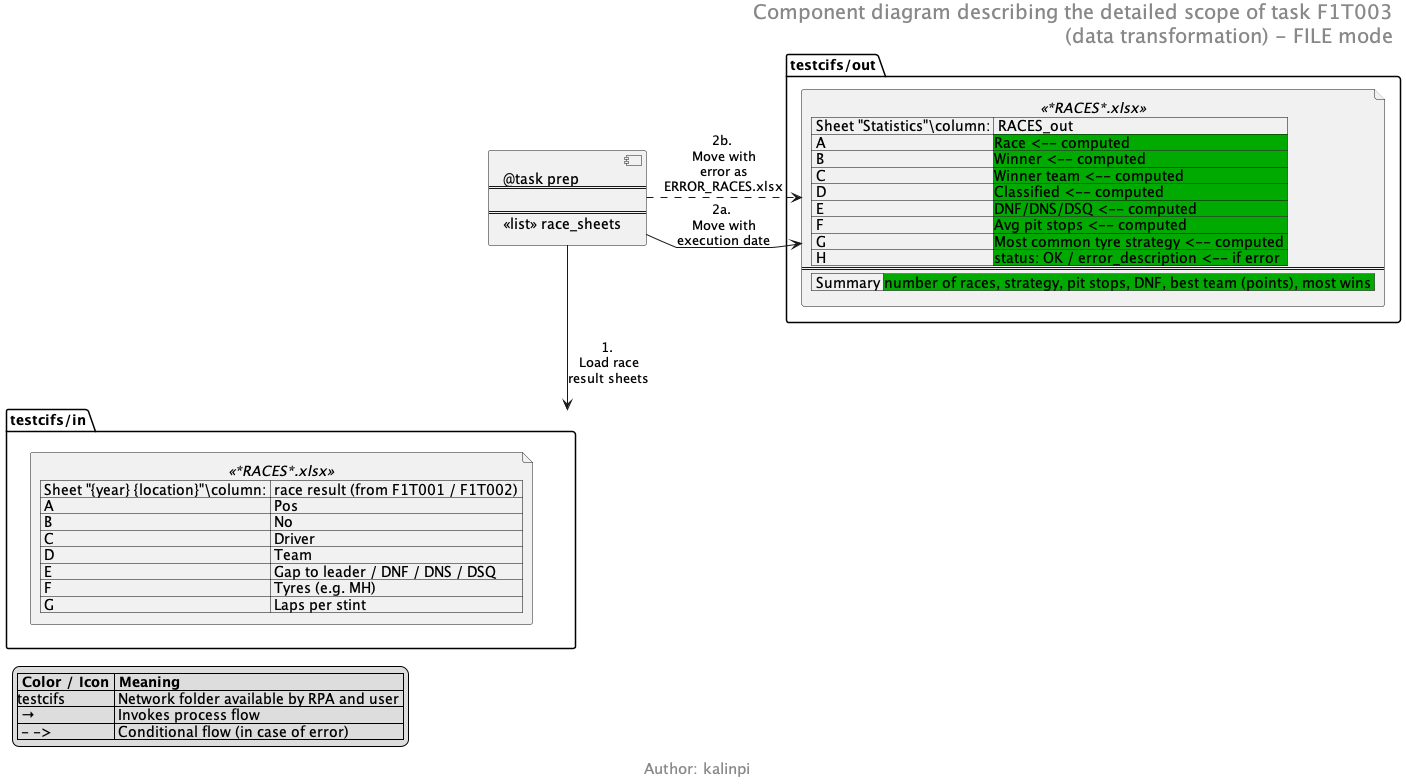
kalinpi/f1-rpa keeps this PlantUML diagram as file/f1t003/docs/EN/1_task_prep_Component_Diagram.png. Above is the earlier version.
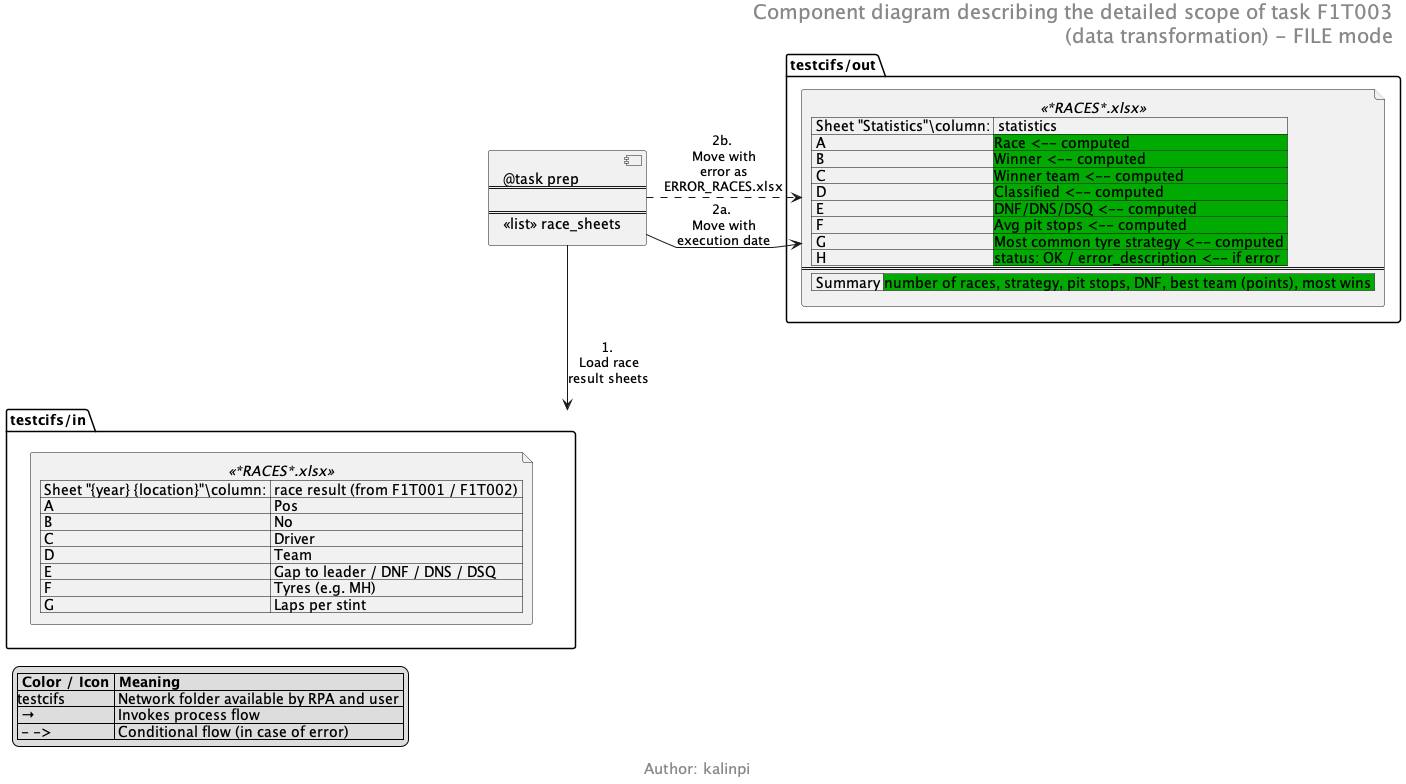
Later version of the same file.

Diff of the diagram source:
```diff
@@ -32,7 +32,7 @@
 
 folder "testcifs/out" {
   file ROUT <<*RACES*.xlsx>> [
-  | Sheet "Statistics"\column: | RACES_out |
+  | Sheet "Statistics"\column: | statistics |
   | A | <#00AA00>Race <-- computed |
   | B | <#00AA00>Winner <-- computed |
   | C | <#00AA00>Winner team <-- computed |
```
